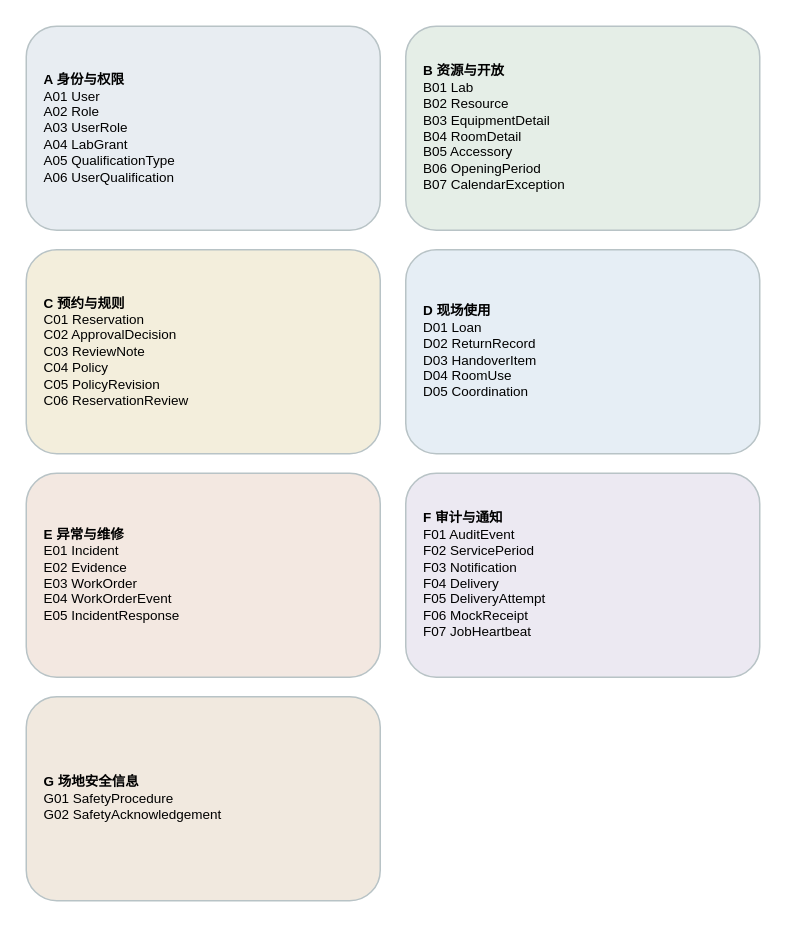
Above: models/图形源文件/图D-1-业务数据域导航.drawio in yvming67-gif/campus-lab-equipment-manager (draw.io), before the change. Source tidied: cells renumbered, new cells numbered last; positions are measured from the earlier drawing's top-left corner, leaving out a move shared by most shapes. Both pictures are drawn from the tidied source at 150%, with x=0, y=0 at pixel (26, 26).
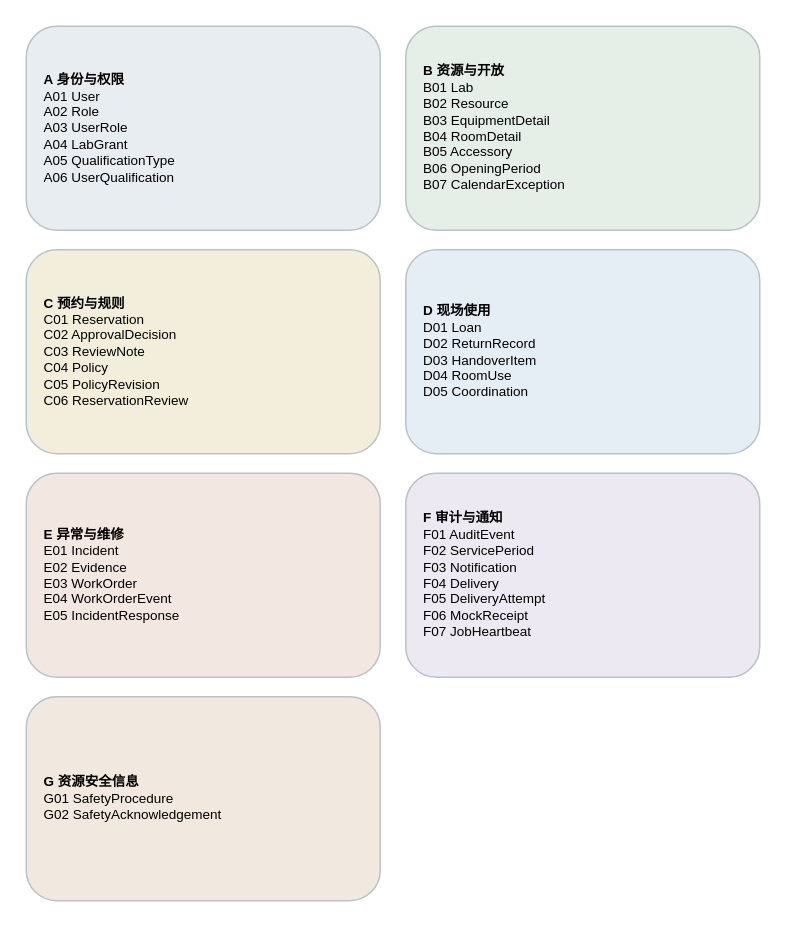
The same diagram, later.

What changed in the source:
```diff
@@
 <mxGraphModel>
   <root>
     <mxCell id="0" />
     <mxCell id="1" parent="0" />
     <mxCell id="2" value="&lt;b&gt;A 身份与权限&lt;/b&gt;&lt;br/&gt;A01 User&lt;br/&gt;A02 Role&lt;br/&gt;A03 UserRole&lt;br/&gt;A04 LabGrant&lt;br/&gt;A05 QualificationType&lt;br/&gt;A06 UserQualification" style="rounded=1;html=1;align=left;spacing=12;fontFamily=Microsoft YaHei;fontSize=9;fillColor=#e8edf2;strokeColor=#b8c3c6;" parent="1" vertex="1">
       <mxGeometry width="236" height="136" as="geometry" />
     </mxCell>
     <mxCell id="3" value="&lt;b&gt;B 资源与开放&lt;/b&gt;&lt;br/&gt;B01 Lab&lt;br/&gt;B02 Resource&lt;br/&gt;B03 EquipmentDetail&lt;br/&gt;B04 RoomDetail&lt;br/&gt;B05 Accessory&lt;br/&gt;B06 OpeningPeriod&lt;br/&gt;B07 CalendarException" style="rounded=1;html=1;align=left;spacing=12;fontFamily=Microsoft YaHei;fontSize=9;fillColor=#e5eee7;strokeColor=#b8c3c6;" parent="1" vertex="1">
       <mxGeometry x="253" width="236" height="136" as="geometry" />
     </mxCell>
     <mxCell id="4" value="&lt;b&gt;C 预约与规则&lt;/b&gt;&lt;br/&gt;C01 Reservation&lt;br/&gt;C02 ApprovalDecision&lt;br/&gt;C03 ReviewNote&lt;br/&gt;C04 Policy&lt;br/&gt;C05 PolicyRevision&lt;br/&gt;C06 ReservationReview" style="rounded=1;html=1;align=left;spacing=12;fontFamily=Microsoft YaHei;fontSize=9;fillColor=#f3eedc;strokeColor=#b8c3c6;" parent="1" vertex="1">
       <mxGeometry y="149" width="236" height="136" as="geometry" />
     </mxCell>
     <mxCell id="5" value="&lt;b&gt;D 现场使用&lt;/b&gt;&lt;br/&gt;D01 Loan&lt;br/&gt;D02 ReturnRecord&lt;br/&gt;D03 HandoverItem&lt;br/&gt;D04 RoomUse&lt;br/&gt;D05 Coordination" style="rounded=1;html=1;align=left;spacing=12;fontFamily=Microsoft YaHei;fontSize=9;fillColor=#e6eef5;strokeColor=#b8c3c6;" parent="1" vertex="1">
       <mxGeometry x="253" y="149" width="236" height="136" as="geometry" />
     </mxCell>
     <mxCell id="6" value="&lt;b&gt;E 异常与维修&lt;/b&gt;&lt;br/&gt;E01 Incident&lt;br/&gt;E02 Evidence&lt;br/&gt;E03 WorkOrder&lt;br/&gt;E04 WorkOrderEvent&lt;br/&gt;E05 IncidentResponse" style="rounded=1;html=1;align=left;spacing=12;fontFamily=Microsoft YaHei;fontSize=9;fillColor=#f3e8e1;strokeColor=#b8c3c6;" parent="1" vertex="1">
       <mxGeometry y="298" width="236" height="136" as="geometry" />
     </mxCell>
     <mxCell id="7" value="&lt;b&gt;F 审计与通知&lt;/b&gt;&lt;br/&gt;F01 AuditEvent&lt;br/&gt;F02 ServicePeriod&lt;br/&gt;F03 Notification&lt;br/&gt;F04 Delivery&lt;br/&gt;F05 DeliveryAttempt&lt;br/&gt;F06 MockReceipt&lt;br/&gt;F07 JobHeartbeat" style="rounded=1;html=1;align=left;spacing=12;fontFamily=Microsoft YaHei;fontSize=9;fillColor=#ece9f2;strokeColor=#b8c3c6;" parent="1" vertex="1">
       <mxGeometry x="253" y="298" width="236" height="136" as="geometry" />
     </mxCell>
-    <mxCell id="8" value="&lt;b&gt;G 场地安全信息&lt;/b&gt;&lt;br/&gt;G01 SafetyProcedure&lt;br/&gt;G02 SafetyAcknowledgement" style="rounded=1;html=1;align=left;spacing=12;fontFamily=Microsoft YaHei;fontSize=9;fillColor=#f1e9df;strokeColor=#b8c3c6;" parent="1" vertex="1">
+    <mxCell id="8" value="&lt;b&gt;G 资源安全信息&lt;/b&gt;&lt;br/&gt;G01 SafetyProcedure&lt;br/&gt;G02 SafetyAcknowledgement" style="rounded=1;html=1;align=left;spacing=12;fontFamily=Microsoft YaHei;fontSize=9;fillColor=#f1e9df;strokeColor=#b8c3c6;" parent="1" vertex="1">
       <mxGeometry y="447" width="236" height="136" as="geometry" />
     </mxCell>
   </root>
 </mxGraphModel>
```
